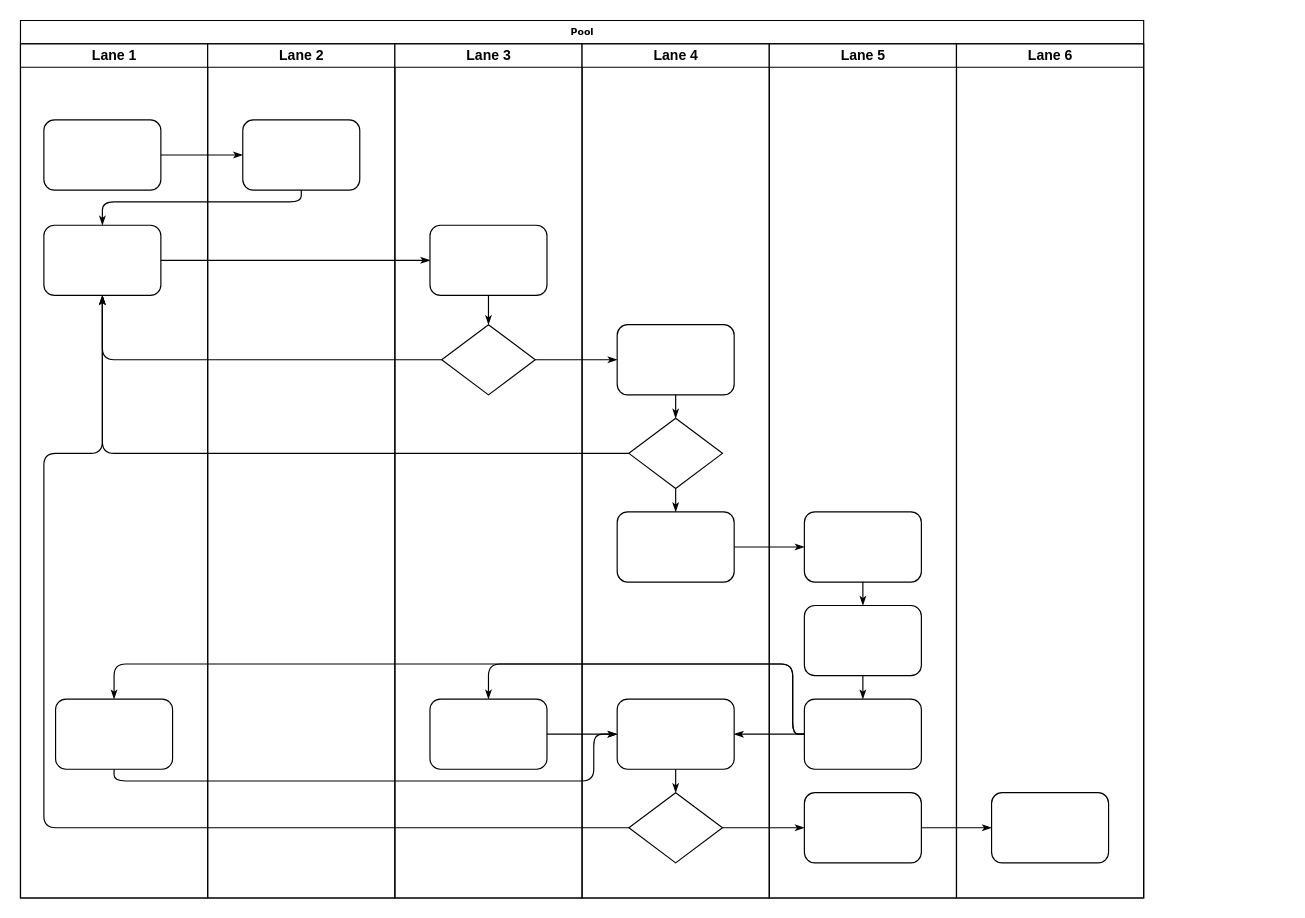
This is .drawio-chrome/开门码时序图.drawio from yyht800/SiGuoYa, a draw.io file, before an edit. Source tidied: cells renumbered, new cells numbered last; positions are measured from the earlier drawing's top-left corner, leaving out a move shared by most shapes. Both pictures are drawn from the tidied source at 117%, with x=0, y=0 at pixel (20, 20).
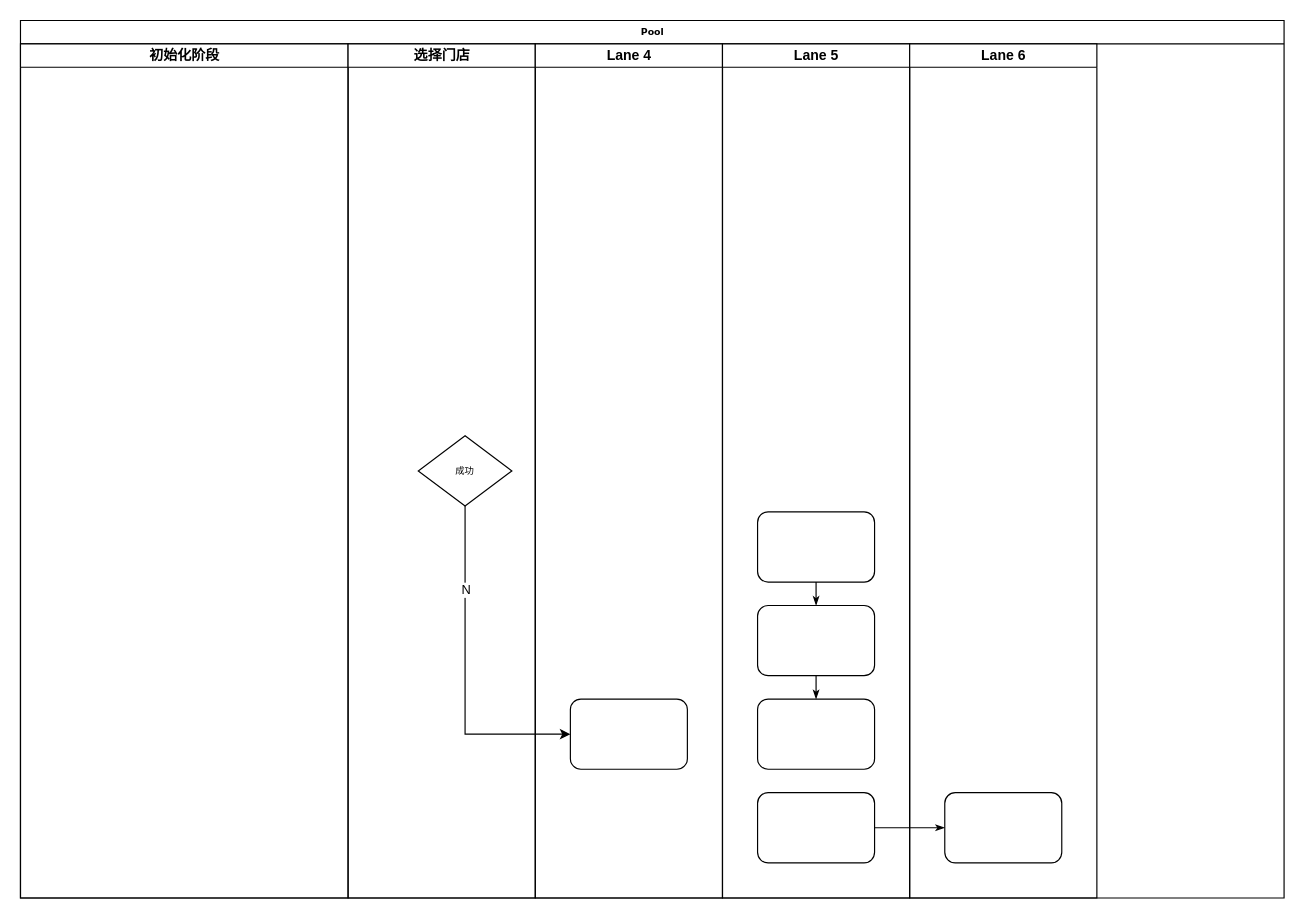
Above is the later version.

Commit message:
更新开门码时序图.drawio

The change refers to these unchanged cells:
```xml
<mxCell id="33" style="rounded=1;whiteSpace=wrap;html=1;shadow=0;labelBackgroundColor=none;strokeWidth=1;fontFamily=Verdana;fontSize=8;align=center;" parent="29" vertex="1">
  <mxGeometry x="30" y="560" width="100" height="60" as="geometry" />
</mxCell>
<mxCell id="39" style="rounded=1;whiteSpace=wrap;html=1;shadow=0;labelBackgroundColor=none;strokeWidth=1;fontFamily=Verdana;fontSize=8;align=center;" parent="38" vertex="1">
  <mxGeometry x="30" y="400" width="100" height="60" as="geometry" />
</mxCell>
<mxCell id="41" style="rounded=1;whiteSpace=wrap;html=1;shadow=0;labelBackgroundColor=none;strokeWidth=1;fontFamily=Verdana;fontSize=8;align=center;" parent="38" vertex="1">
  <mxGeometry x="30" y="560" width="100" height="60" as="geometry" />
</mxCell>
<mxCell id="42" style="rounded=1;whiteSpace=wrap;html=1;shadow=0;labelBackgroundColor=none;strokeWidth=1;fontFamily=Verdana;fontSize=8;align=center;" parent="38" vertex="1">
  <mxGeometry x="30" y="640" width="100" height="60" as="geometry" />
</mxCell>
```

What changed in the source:
```diff
@@
     <mxCell id="2" value="Pool" style="swimlane;html=1;startSize=20;rounded=0;shadow=0;labelBackgroundColor=none;strokeWidth=1;fontFamily=Verdana;fontSize=8;align=center;" parent="1" vertex="1">
-      <mxGeometry width="960" height="750" as="geometry" />
+      <mxGeometry width="1080" height="750" as="geometry" />
     </mxCell>
-    <mxCell id="3" value="Lane 1" style="swimlane;html=1;startSize=20;" parent="2" vertex="1">
-      <mxGeometry y="20" width="160" height="730" as="geometry" />
+    <mxCell id="3" value="初始化阶段" style="swimlane;html=1;startSize=20;" parent="2" vertex="1">
+      <mxGeometry y="20" width="280" height="730" as="geometry" />
     </mxCell>
-    <mxCell id="4" style="rounded=1;whiteSpace=wrap;html=1;shadow=0;labelBackgroundColor=none;strokeWidth=1;fontFamily=Verdana;fontSize=8;align=center;" parent="3" vertex="1">
-      <mxGeometry x="20" y="65" width="100" height="60" as="geometry" />
-    </mxCell>
-    <mxCell id="5" style="rounded=1;whiteSpace=wrap;html=1;shadow=0;labelBackgroundColor=none;strokeWidth=1;fontFamily=Verdana;fontSize=8;align=center;" parent="3" vertex="1">
-      <mxGeometry x="20" y="155" width="100" height="60" as="geometry" />
-    </mxCell>
-    <mxCell id="6" style="rounded=1;whiteSpace=wrap;html=1;shadow=0;labelBackgroundColor=none;strokeWidth=1;fontFamily=Verdana;fontSize=8;align=center;" parent="3" vertex="1">
-      <mxGeometry x="30" y="560" width="100" height="60" as="geometry" />
-    </mxCell>
-    <mxCell id="7" style="edgeStyle=orthogonalEdgeStyle;rounded=1;html=1;labelBackgroundColor=none;startArrow=none;startFill=0;startSize=5;endArrow=classicThin;endFill=1;endSize=5;jettySize=auto;strokeWidth=1;fontFamily=Verdana;fontSize=8;" parent="2" edge="1" source="4" target="23">
-      <mxGeometry relative="1" as="geometry" />
-    </mxCell>
-    <mxCell id="8" style="edgeStyle=orthogonalEdgeStyle;rounded=1;html=1;labelBackgroundColor=none;startArrow=none;startFill=0;startSize=5;endArrow=classicThin;endFill=1;endSize=5;jettySize=auto;strokeWidth=1;fontFamily=Verdana;fontSize=8;" parent="2" edge="1" source="23" target="5">
-      <mxGeometry relative="1" as="geometry">
-        <Array as="points">
-          <mxPoint x="240" y="155" />
-          <mxPoint x="70" y="155" />
-        </Array>
-      </mxGeometry>
-    </mxCell>
-    <mxCell id="9" style="edgeStyle=orthogonalEdgeStyle;rounded=1;html=1;labelBackgroundColor=none;startArrow=none;startFill=0;startSize=5;endArrow=classicThin;endFill=1;endSize=5;jettySize=auto;strokeWidth=1;fontFamily=Verdana;fontSize=8;" parent="2" edge="1" source="5" target="25">
-      <mxGeometry relative="1" as="geometry" />
-    </mxCell>
-    <mxCell id="10" style="edgeStyle=orthogonalEdgeStyle;rounded=1;html=1;labelBackgroundColor=none;startArrow=none;startFill=0;startSize=5;endArrow=classicThin;endFill=1;endSize=5;jettySize=auto;strokeWidth=1;fontFamily=Verdana;fontSize=8;" parent="2" edge="1" source="26" target="5">
-      <mxGeometry relative="1" as="geometry" />
-    </mxCell>
-    <mxCell id="11" style="edgeStyle=orthogonalEdgeStyle;rounded=1;html=1;labelBackgroundColor=none;startArrow=none;startFill=0;startSize=5;endArrow=classicThin;endFill=1;endSize=5;jettySize=auto;strokeWidth=1;fontFamily=Verdana;fontSize=8;" parent="2" edge="1" source="31" target="5">
-      <mxGeometry relative="1" as="geometry" />
-    </mxCell>
-    <mxCell id="12" style="edgeStyle=orthogonalEdgeStyle;rounded=1;html=1;labelBackgroundColor=none;startArrow=none;startFill=0;startSize=5;endArrow=classicThin;endFill=1;endSize=5;jettySize=auto;strokeWidth=1;fontFamily=Verdana;fontSize=8;" parent="2" edge="1" source="34" target="5">
-      <mxGeometry relative="1" as="geometry">
-        <Array as="points">
-          <mxPoint x="20" y="690" />
-          <mxPoint x="20" y="370" />
-          <mxPoint x="70" y="370" />
-        </Array>
-      </mxGeometry>
-    </mxCell>
-    <mxCell id="13" style="edgeStyle=orthogonalEdgeStyle;rounded=1;html=1;labelBackgroundColor=none;startArrow=none;startFill=0;startSize=5;endArrow=classicThin;endFill=1;endSize=5;jettySize=auto;strokeWidth=1;fontFamily=Verdana;fontSize=8;" parent="2" edge="1" source="26" target="30">
-      <mxGeometry relative="1" as="geometry" />
-    </mxCell>
-    <mxCell id="14" style="edgeStyle=orthogonalEdgeStyle;rounded=1;html=1;labelBackgroundColor=none;startArrow=none;startFill=0;startSize=5;endArrow=classicThin;endFill=1;endSize=5;jettySize=auto;strokeWidth=1;fontFamily=Verdana;fontSize=8;" parent="2" edge="1" source="34" target="42">
-      <mxGeometry relative="1" as="geometry" />
-    </mxCell>
@@
-    <mxCell id="16" style="edgeStyle=orthogonalEdgeStyle;rounded=1;html=1;labelBackgroundColor=none;startArrow=none;startFill=0;startSize=5;endArrow=classicThin;endFill=1;endSize=5;jettySize=auto;strokeWidth=1;fontFamily=Verdana;fontSize=8;" parent="2" edge="1" source="32" target="39">
-      <mxGeometry relative="1" as="geometry" />
-    </mxCell>
-    <mxCell id="17" style="edgeStyle=orthogonalEdgeStyle;rounded=1;html=1;labelBackgroundColor=none;startArrow=none;startFill=0;startSize=5;endArrow=classicThin;endFill=1;endSize=5;jettySize=auto;strokeWidth=1;fontFamily=Verdana;fontSize=8;" parent="2" edge="1" source="41" target="27">
-      <mxGeometry relative="1" as="geometry">
-        <Array as="points">
-          <mxPoint x="660" y="610" />
-          <mxPoint x="660" y="550" />
-          <mxPoint x="400" y="550" />
-        </Array>
-      </mxGeometry>
-    </mxCell>
-    <mxCell id="18" style="edgeStyle=orthogonalEdgeStyle;rounded=1;html=1;labelBackgroundColor=none;startArrow=none;startFill=0;startSize=5;endArrow=classicThin;endFill=1;endSize=5;jettySize=auto;strokeColor=#000000;strokeWidth=1;fontFamily=Verdana;fontSize=8;fontColor=#000000;" parent="2" edge="1" source="41" target="33">
-      <mxGeometry relative="1" as="geometry" />
-    </mxCell>
-    <mxCell id="19" style="edgeStyle=orthogonalEdgeStyle;rounded=1;html=1;labelBackgroundColor=none;startArrow=none;startFill=0;startSize=5;endArrow=classicThin;endFill=1;endSize=5;jettySize=auto;strokeWidth=1;fontFamily=Verdana;fontSize=8;" parent="2" edge="1" source="41" target="6">
-      <mxGeometry relative="1" as="geometry">
-        <Array as="points">
-          <mxPoint x="660" y="610" />
-          <mxPoint x="660" y="550" />
-          <mxPoint x="80" y="550" />
-        </Array>
-      </mxGeometry>
-    </mxCell>
-    <mxCell id="20" style="edgeStyle=orthogonalEdgeStyle;rounded=1;html=1;labelBackgroundColor=none;startArrow=none;startFill=0;startSize=5;endArrow=classicThin;endFill=1;endSize=5;jettySize=auto;strokeWidth=1;fontFamily=Verdana;fontSize=8;" parent="2" edge="1" source="6" target="33">
-      <mxGeometry relative="1" as="geometry">
-        <Array as="points">
-          <mxPoint x="80" y="650" />
-          <mxPoint x="490" y="650" />
-          <mxPoint x="490" y="610" />
-        </Array>
-      </mxGeometry>
-    </mxCell>
-    <mxCell id="21" style="edgeStyle=orthogonalEdgeStyle;rounded=1;html=1;labelBackgroundColor=none;startArrow=none;startFill=0;startSize=5;endArrow=classicThin;endFill=1;endSize=5;jettySize=auto;strokeWidth=1;fontFamily=Verdana;fontSize=8;" parent="2" edge="1" source="27" target="33">
-      <mxGeometry relative="1" as="geometry" />
-    </mxCell>
-    <mxCell id="22" value="Lane 2" style="swimlane;html=1;startSize=20;" parent="2" vertex="1">
-      <mxGeometry x="160" y="20" width="160" height="730" as="geometry" />
+    <mxCell id="22" value="选择门店" style="swimlane;html=1;startSize=20;" parent="2" vertex="1">
+      <mxGeometry x="280" y="20" width="160" height="730" as="geometry" />
     </mxCell>
-    <mxCell id="23" style="rounded=1;whiteSpace=wrap;html=1;shadow=0;labelBackgroundColor=none;strokeWidth=1;fontFamily=Verdana;fontSize=8;align=center;" parent="22" vertex="1">
-      <mxGeometry x="30" y="65" width="100" height="60" as="geometry" />
-    </mxCell>
-    <mxCell id="24" value="Lane 3" style="swimlane;html=1;startSize=20;" parent="2" vertex="1">
-      <mxGeometry x="320" y="20" width="160" height="730" as="geometry" />
-    </mxCell>
-    <mxCell id="25" style="rounded=1;whiteSpace=wrap;html=1;shadow=0;labelBackgroundColor=none;strokeWidth=1;fontFamily=Verdana;fontSize=8;align=center;" parent="24" vertex="1">
-      <mxGeometry x="30" y="155" width="100" height="60" as="geometry" />
-    </mxCell>
-    <mxCell id="26" style="rhombus;whiteSpace=wrap;html=1;rounded=0;shadow=0;labelBackgroundColor=none;strokeWidth=1;fontFamily=Verdana;fontSize=8;align=center;" parent="24" vertex="1">
-      <mxGeometry x="40" y="240" width="80" height="60" as="geometry" />
-    </mxCell>
-    <mxCell id="27" style="rounded=1;whiteSpace=wrap;html=1;shadow=0;labelBackgroundColor=none;strokeWidth=1;fontFamily=Verdana;fontSize=8;align=center;" parent="24" vertex="1">
-      <mxGeometry x="30" y="560" width="100" height="60" as="geometry" />
-    </mxCell>
-    <mxCell id="28" style="edgeStyle=orthogonalEdgeStyle;rounded=1;html=1;labelBackgroundColor=none;startArrow=none;startFill=0;startSize=5;endArrow=classicThin;endFill=1;endSize=5;jettySize=auto;strokeWidth=1;fontFamily=Verdana;fontSize=8;" parent="24" edge="1" source="25" target="26">
-      <mxGeometry relative="1" as="geometry" />
-    </mxCell>
+    <mxCell id="31" value="成功" style="rhombus;whiteSpace=wrap;html=1;rounded=0;shadow=0;labelBackgroundColor=none;strokeWidth=1;fontFamily=Verdana;fontSize=8;align=center;" parent="22" vertex="1">
+      <mxGeometry x="60" y="335" width="80" height="60" as="geometry" />
+    </mxCell>
     <mxCell id="29" value="Lane 4" style="swimlane;html=1;startSize=20;" parent="2" vertex="1">
-      <mxGeometry x="480" y="20" width="160" height="730" as="geometry" />
+      <mxGeometry x="440" y="20" width="160" height="730" as="geometry" />
     </mxCell>
-    <mxCell id="30" style="rounded=1;whiteSpace=wrap;html=1;shadow=0;labelBackgroundColor=none;strokeWidth=1;fontFamily=Verdana;fontSize=8;align=center;" parent="29" vertex="1">
-      <mxGeometry x="30" y="240" width="100" height="60" as="geometry" />
-    </mxCell>
-    <mxCell id="31" style="rhombus;whiteSpace=wrap;html=1;rounded=0;shadow=0;labelBackgroundColor=none;strokeWidth=1;fontFamily=Verdana;fontSize=8;align=center;" parent="29" vertex="1">
-      <mxGeometry x="40" y="320" width="80" height="60" as="geometry" />
-    </mxCell>
-    <mxCell id="32" style="rounded=1;whiteSpace=wrap;html=1;shadow=0;labelBackgroundColor=none;strokeWidth=1;fontFamily=Verdana;fontSize=8;align=center;" parent="29" vertex="1">
-      <mxGeometry x="30" y="400" width="100" height="60" as="geometry" />
-    </mxCell>
@@
-    <mxCell id="34" style="rhombus;whiteSpace=wrap;html=1;rounded=0;shadow=0;labelBackgroundColor=none;strokeWidth=1;fontFamily=Verdana;fontSize=8;align=center;" parent="29" vertex="1">
-      <mxGeometry x="40" y="640" width="80" height="60" as="geometry" />
-    </mxCell>
-    <mxCell id="35" style="edgeStyle=orthogonalEdgeStyle;rounded=1;html=1;labelBackgroundColor=none;startArrow=none;startFill=0;startSize=5;endArrow=classicThin;endFill=1;endSize=5;jettySize=auto;strokeColor=#000000;strokeWidth=1;fontFamily=Verdana;fontSize=8;fontColor=#000000;" parent="29" edge="1" source="30" target="31">
-      <mxGeometry relative="1" as="geometry" />
-    </mxCell>
-    <mxCell id="36" style="edgeStyle=orthogonalEdgeStyle;rounded=1;html=1;labelBackgroundColor=none;startArrow=none;startFill=0;startSize=5;endArrow=classicThin;endFill=1;endSize=5;jettySize=auto;strokeWidth=1;fontFamily=Verdana;fontSize=8;" parent="29" edge="1" source="31" target="32">
-      <mxGeometry relative="1" as="geometry" />
-    </mxCell>
-    <mxCell id="37" style="edgeStyle=orthogonalEdgeStyle;rounded=1;html=1;labelBackgroundColor=none;startArrow=none;startFill=0;startSize=5;endArrow=classicThin;endFill=1;endSize=5;jettySize=auto;strokeWidth=1;fontFamily=Verdana;fontSize=8;" parent="29" edge="1" source="33" target="34">
-      <mxGeometry relative="1" as="geometry" />
-    </mxCell>
     <mxCell id="38" value="Lane 5" style="swimlane;html=1;startSize=20;" parent="2" vertex="1">
-      <mxGeometry x="640" y="20" width="160" height="730" as="geometry" />
+      <mxGeometry x="600" y="20" width="160" height="730" as="geometry" />
     </mxCell>
@@
     <mxCell id="45" value="Lane 6" style="swimlane;html=1;startSize=20;" parent="2" vertex="1">
-      <mxGeometry x="800" y="20" width="160" height="730" as="geometry" />
+      <mxGeometry x="760" y="20" width="160" height="730" as="geometry" />
     </mxCell>
@@
+    <mxCell id="47" style="edgeStyle=orthogonalEdgeStyle;rounded=0;jettySize=auto;html=1;exitX=0.5;exitY=1;exitDx=0;exitDy=0;entryX=0;entryY=0.5;entryDx=0;entryDy=0;" parent="2" edge="1" source="31" target="33">
+      <mxGeometry relative="1" as="geometry" />
+    </mxCell>
+    <mxCell id="48" value="N" style="edgeLabel;html=1;align=center;verticalAlign=middle;" parent="47" vertex="1">
+      <mxGeometry x="-0.51" relative="1" as="geometry">
+        <mxPoint y="1" as="offset" />
+      </mxGeometry>
+    </mxCell>
```
